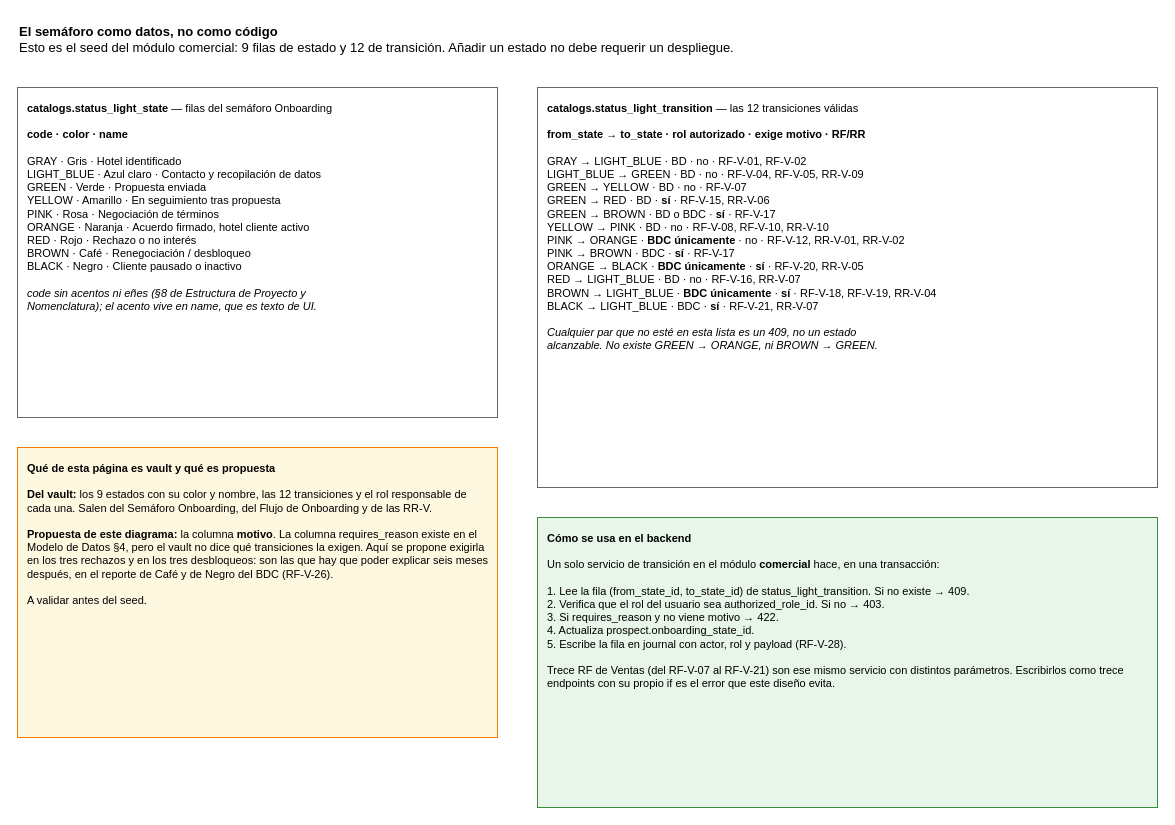
dev3-cc/oranje-matrix-system keeps this draw.io diagram as page "3 - Estados y transiciones como filas" (3 of 3) of Español/Arquitecturas/Ventas/Semáforo Onboarding y Base de Datos.drawio. Above is the earlier version. Source tidied: cells renumbered, new cells numbered last; positions are measured from the earlier drawing's top-left corner, leaving out a move shared by most shapes. Both pictures are drawn from the tidied source at 100%, with x=0, y=0 at pixel (17, 17).
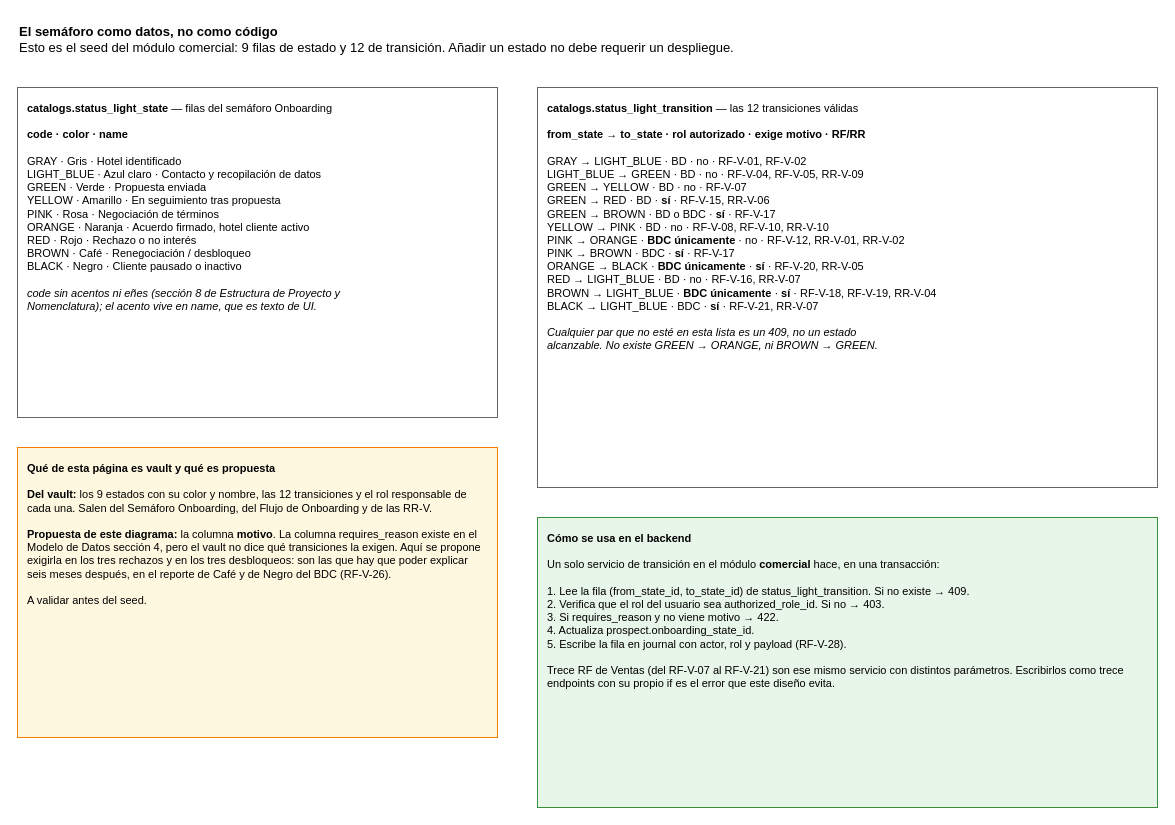
After the change.

The edit, as a diff of the source:
```diff
@@
 <mxGraphModel>
   <root>
     <mxCell id="0" />
     <mxCell id="1" parent="0" />
     <mxCell id="2" value="&lt;b&gt;El semáforo como datos, no como código&lt;/b&gt;&lt;br&gt;Esto es el seed del módulo comercial: 9 filas de estado y 12 de transición. Añadir un estado no debe requerir un despliegue." style="text;html=1;align=left;verticalAlign=top;fontSize=13;" parent="1" vertex="1">
       <mxGeometry width="700" height="50" as="geometry" />
     </mxCell>
-    <mxCell id="3" value="&lt;b&gt;catalogs.status_light_state&lt;/b&gt; — filas del semáforo Onboarding&lt;br&gt;&lt;br&gt;&lt;b&gt;code · color · name&lt;/b&gt;&lt;br&gt;&lt;br&gt;GRAY · Gris · Hotel identificado&lt;br&gt;LIGHT_BLUE · Azul claro · Contacto y recopilación de datos&lt;br&gt;GREEN · Verde · Propuesta enviada&lt;br&gt;YELLOW · Amarillo · En seguimiento tras propuesta&lt;br&gt;PINK · Rosa · Negociación de términos&lt;br&gt;ORANGE · Naranja · Acuerdo firmado, hotel cliente activo&lt;br&gt;RED · Rojo · Rechazo o no interés&lt;br&gt;BROWN · Café · Renegociación / desbloqueo&lt;br&gt;BLACK · Negro · Cliente pausado o inactivo&lt;br&gt;&lt;br&gt;&lt;i&gt;code sin acentos ni eñes (§8 de Estructura de Proyecto y&lt;br&gt;Nomenclatura); el acento vive en name, que es texto de UI.&lt;/i&gt;" style="rounded=0;whiteSpace=wrap;html=1;fillColor=#FFFFFF;strokeColor=#666666;align=left;verticalAlign=top;spacing=10;fontSize=11;" parent="1" vertex="1">
+    <mxCell id="3" value="&lt;b&gt;catalogs.status_light_state&lt;/b&gt; — filas del semáforo Onboarding&lt;br&gt;&lt;br&gt;&lt;b&gt;code · color · name&lt;/b&gt;&lt;br&gt;&lt;br&gt;GRAY · Gris · Hotel identificado&lt;br&gt;LIGHT_BLUE · Azul claro · Contacto y recopilación de datos&lt;br&gt;GREEN · Verde · Propuesta enviada&lt;br&gt;YELLOW · Amarillo · En seguimiento tras propuesta&lt;br&gt;PINK · Rosa · Negociación de términos&lt;br&gt;ORANGE · Naranja · Acuerdo firmado, hotel cliente activo&lt;br&gt;RED · Rojo · Rechazo o no interés&lt;br&gt;BROWN · Café · Renegociación / desbloqueo&lt;br&gt;BLACK · Negro · Cliente pausado o inactivo&lt;br&gt;&lt;br&gt;&lt;i&gt;code sin acentos ni eñes (sección 8 de Estructura de Proyecto y&lt;br&gt;Nomenclatura); el acento vive en name, que es texto de UI.&lt;/i&gt;" style="rounded=0;whiteSpace=wrap;html=1;fillColor=#FFFFFF;strokeColor=#666666;align=left;verticalAlign=top;spacing=10;fontSize=11;" parent="1" vertex="1">
       <mxGeometry y="70" width="480" height="330" as="geometry" />
     </mxCell>
     <mxCell id="4" value="&lt;b&gt;catalogs.status_light_transition&lt;/b&gt; — las 12 transiciones válidas&lt;br&gt;&lt;br&gt;&lt;b&gt;from_state → to_state · rol autorizado · exige motivo · RF/RR&lt;/b&gt;&lt;br&gt;&lt;br&gt;GRAY → LIGHT_BLUE · BD · no · RF-V-01, RF-V-02&lt;br&gt;LIGHT_BLUE → GREEN · BD · no · RF-V-04, RF-V-05, RR-V-09&lt;br&gt;GREEN → YELLOW · BD · no · RF-V-07&lt;br&gt;GREEN → RED · BD · &lt;b&gt;sí&lt;/b&gt; · RF-V-15, RR-V-06&lt;br&gt;GREEN → BROWN · BD o BDC · &lt;b&gt;sí&lt;/b&gt; · RF-V-17&lt;br&gt;YELLOW → PINK · BD · no · RF-V-08, RF-V-10, RR-V-10&lt;br&gt;PINK → ORANGE · &lt;b&gt;BDC únicamente&lt;/b&gt; · no · RF-V-12, RR-V-01, RR-V-02&lt;br&gt;PINK → BROWN · BDC · &lt;b&gt;sí&lt;/b&gt; · RF-V-17&lt;br&gt;ORANGE → BLACK · &lt;b&gt;BDC únicamente&lt;/b&gt; · &lt;b&gt;sí&lt;/b&gt; · RF-V-20, RR-V-05&lt;br&gt;RED → LIGHT_BLUE · BD · no · RF-V-16, RR-V-07&lt;br&gt;BROWN → LIGHT_BLUE · &lt;b&gt;BDC únicamente&lt;/b&gt; · &lt;b&gt;sí&lt;/b&gt; · RF-V-18, RF-V-19, RR-V-04&lt;br&gt;BLACK → LIGHT_BLUE · BDC · &lt;b&gt;sí&lt;/b&gt; · RF-V-21, RR-V-07&lt;br&gt;&lt;br&gt;&lt;i&gt;Cualquier par que no esté en esta lista es un 409, no un estado&lt;br&gt;alcanzable. No existe GREEN → ORANGE, ni BROWN → GREEN.&lt;/i&gt;" style="rounded=0;whiteSpace=wrap;html=1;fillColor=#FFFFFF;strokeColor=#666666;align=left;verticalAlign=top;spacing=10;fontSize=11;" parent="1" vertex="1">
       <mxGeometry x="520" y="70" width="620" height="400" as="geometry" />
     </mxCell>
-    <mxCell id="5" value="&lt;b&gt;Qué de esta página es vault y qué es propuesta&lt;/b&gt;&lt;br&gt;&lt;br&gt;&lt;b&gt;Del vault:&lt;/b&gt; los 9 estados con su color y nombre, las 12 transiciones y el rol responsable de cada una. Salen del Semáforo Onboarding, del Flujo de Onboarding y de las RR-V.&lt;br&gt;&lt;br&gt;&lt;b&gt;Propuesta de este diagrama:&lt;/b&gt; la columna &lt;b&gt;motivo&lt;/b&gt;. La columna requires_reason existe en el Modelo de Datos §4, pero el vault no dice qué transiciones la exigen. Aquí se propone exigirla en los tres rechazos y en los tres desbloqueos: son las que hay que poder explicar seis meses después, en el reporte de Café y de Negro del BDC (RF-V-26).&lt;br&gt;&lt;br&gt;A validar antes del seed." style="rounded=0;whiteSpace=wrap;html=1;fillColor=#FFF8E1;strokeColor=#F57C00;align=left;verticalAlign=top;spacing=10;fontSize=11;" parent="1" vertex="1">
+    <mxCell id="5" value="&lt;b&gt;Qué de esta página es vault y qué es propuesta&lt;/b&gt;&lt;br&gt;&lt;br&gt;&lt;b&gt;Del vault:&lt;/b&gt; los 9 estados con su color y nombre, las 12 transiciones y el rol responsable de cada una. Salen del Semáforo Onboarding, del Flujo de Onboarding y de las RR-V.&lt;br&gt;&lt;br&gt;&lt;b&gt;Propuesta de este diagrama:&lt;/b&gt; la columna &lt;b&gt;motivo&lt;/b&gt;. La columna requires_reason existe en el Modelo de Datos sección 4, pero el vault no dice qué transiciones la exigen. Aquí se propone exigirla en los tres rechazos y en los tres desbloqueos: son las que hay que poder explicar seis meses después, en el reporte de Café y de Negro del BDC (RF-V-26).&lt;br&gt;&lt;br&gt;A validar antes del seed." style="rounded=0;whiteSpace=wrap;html=1;fillColor=#FFF8E1;strokeColor=#F57C00;align=left;verticalAlign=top;spacing=10;fontSize=11;" parent="1" vertex="1">
       <mxGeometry y="430" width="480" height="290" as="geometry" />
     </mxCell>
     <mxCell id="6" value="&lt;b&gt;Cómo se usa en el backend&lt;/b&gt;&lt;br&gt;&lt;br&gt;Un solo servicio de transición en el módulo &lt;b&gt;comercial&lt;/b&gt; hace, en una transacción:&lt;br&gt;&lt;br&gt;1. Lee la fila (from_state_id, to_state_id) de status_light_transition. Si no existe → 409.&lt;br&gt;2. Verifica que el rol del usuario sea authorized_role_id. Si no → 403.&lt;br&gt;3. Si requires_reason y no viene motivo → 422.&lt;br&gt;4. Actualiza prospect.onboarding_state_id.&lt;br&gt;5. Escribe la fila en journal con actor, rol y payload (RF-V-28).&lt;br&gt;&lt;br&gt;Trece RF de Ventas (del RF-V-07 al RF-V-21) son ese mismo servicio con distintos parámetros. Escribirlos como trece endpoints con su propio if es el error que este diseño evita." style="rounded=0;whiteSpace=wrap;html=1;fillColor=#E8F5E9;strokeColor=#388E3C;align=left;verticalAlign=top;spacing=10;fontSize=11;" parent="1" vertex="1">
       <mxGeometry x="520" y="500" width="620" height="290" as="geometry" />
     </mxCell>
   </root>
 </mxGraphModel>
```
